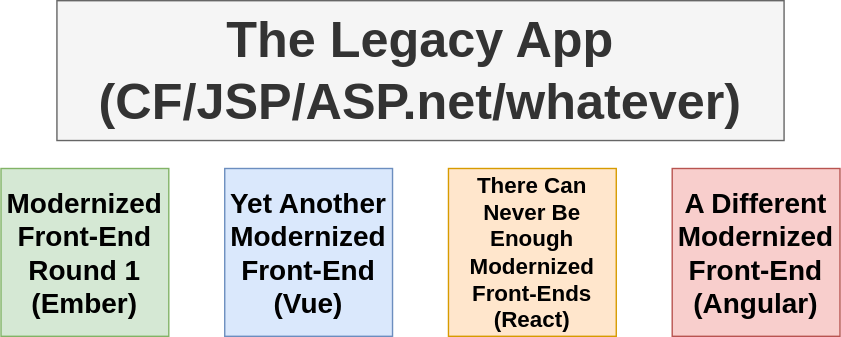
Above: public/images/the-nightmare.svg in kaiyote/lit-component-library-talk (draw.io), before the change. Source tidied: cells renumbered, new cells last; positions are measured from the earlier drawing's top-left corner, leaving out a move shared by most shapes.
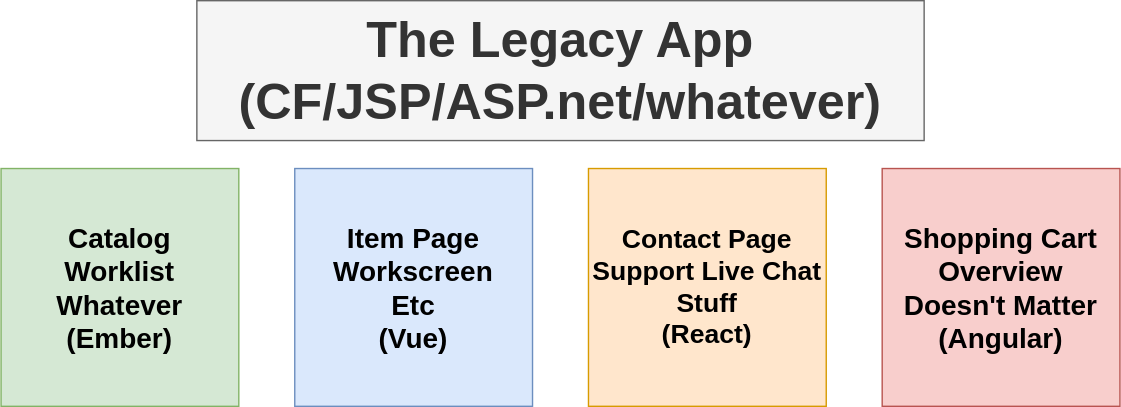
The same file after the commit.

Diff of the diagram source:
```diff
@@ -3,19 +3,19 @@
     <mxCell id="0" />
     <mxCell id="1" parent="0" />
     <mxCell id="2" value="&lt;font size=&quot;1&quot; style=&quot;&quot;&gt;&lt;b style=&quot;font-size: 36px;&quot;&gt;The Legacy App (CF/JSP/ASP.net/whatever)&lt;/b&gt;&lt;/font&gt;" style="rounded=0;whiteSpace=wrap;html=1;fillColor=#f5f5f5;strokeColor=#666666;fontColor=#333333;" parent="1" vertex="1">
-      <mxGeometry x="40" width="520" height="100" as="geometry" />
+      <mxGeometry x="20" y="10" width="520" height="100" as="geometry" />
     </mxCell>
-    <mxCell id="3" value="&lt;b&gt;&lt;font style=&quot;font-size: 20px;&quot;&gt;Modernized Front-End Round 1 (Ember)&lt;/font&gt;&lt;/b&gt;" style="whiteSpace=wrap;html=1;fillColor=#d5e8d4;strokeColor=#82b366;" parent="1" vertex="1">
-      <mxGeometry y="120" width="120" height="120" as="geometry" />
+    <mxCell id="3" value="&lt;b&gt;&lt;font style=&quot;font-size: 20px;&quot;&gt;Catalog&lt;br&gt;Worklist&lt;br&gt;Whatever&lt;br&gt;(Ember)&lt;br&gt;&lt;/font&gt;&lt;/b&gt;" style="whiteSpace=wrap;html=1;fillColor=#d5e8d4;strokeColor=#82b366;" parent="1" vertex="1">
+      <mxGeometry x="-120" y="130" width="170" height="170" as="geometry" />
     </mxCell>
-    <mxCell id="4" value="&lt;b&gt;&lt;font style=&quot;font-size: 20px;&quot;&gt;A Different Modernized Front-End (Angular)&lt;/font&gt;&lt;/b&gt;" style="whiteSpace=wrap;html=1;fillColor=#f8cecc;strokeColor=#b85450;" parent="1" vertex="1">
-      <mxGeometry x="480" y="120" width="120" height="120" as="geometry" />
+    <mxCell id="4" value="&lt;b&gt;&lt;font style=&quot;font-size: 20px;&quot;&gt;Shopping Cart&lt;br&gt;Overview&lt;br&gt;Doesn't Matter&lt;br&gt;(Angular)&lt;br&gt;&lt;/font&gt;&lt;/b&gt;" style="whiteSpace=wrap;html=1;fillColor=#f8cecc;strokeColor=#b85450;" parent="1" vertex="1">
+      <mxGeometry x="510" y="130" width="170" height="170" as="geometry" />
     </mxCell>
-    <mxCell id="5" value="&lt;b&gt;&lt;font style=&quot;font-size: 20px;&quot;&gt;Yet Another Modernized Front-End (Vue)&lt;/font&gt;&lt;/b&gt;" style="whiteSpace=wrap;html=1;fillColor=#dae8fc;strokeColor=#6c8ebf;" parent="1" vertex="1">
-      <mxGeometry x="160" y="120" width="120" height="120" as="geometry" />
+    <mxCell id="5" value="&lt;b&gt;&lt;font style=&quot;font-size: 20px;&quot;&gt;Item Page&lt;br&gt;Workscreen&lt;br&gt;Etc&lt;br&gt;(Vue)&lt;br&gt;&lt;/font&gt;&lt;/b&gt;" style="whiteSpace=wrap;html=1;fillColor=#dae8fc;strokeColor=#6c8ebf;" parent="1" vertex="1">
+      <mxGeometry x="90" y="130" width="170" height="170" as="geometry" />
     </mxCell>
-    <mxCell id="6" value="&lt;font size=&quot;1&quot; style=&quot;&quot;&gt;&lt;b style=&quot;font-size: 16px;&quot;&gt;There Can Never Be Enough Modernized Front-Ends (React)&lt;/b&gt;&lt;/font&gt;" style="whiteSpace=wrap;html=1;fillColor=#ffe6cc;strokeColor=#d79b00;" parent="1" vertex="1">
-      <mxGeometry x="320" y="120" width="120" height="120" as="geometry" />
+    <mxCell id="6" value="&lt;font style=&quot;font-size: 19px;&quot;&gt;&lt;b style=&quot;&quot;&gt;Contact Page&lt;br&gt;Support Live Chat&lt;br&gt;Stuff&lt;br&gt;(React)&lt;br&gt;&lt;/b&gt;&lt;/font&gt;" style="whiteSpace=wrap;html=1;fillColor=#ffe6cc;strokeColor=#d79b00;" parent="1" vertex="1">
+      <mxGeometry x="300" y="130" width="170" height="170" as="geometry" />
     </mxCell>
   </root>
 </mxGraphModel>
```
